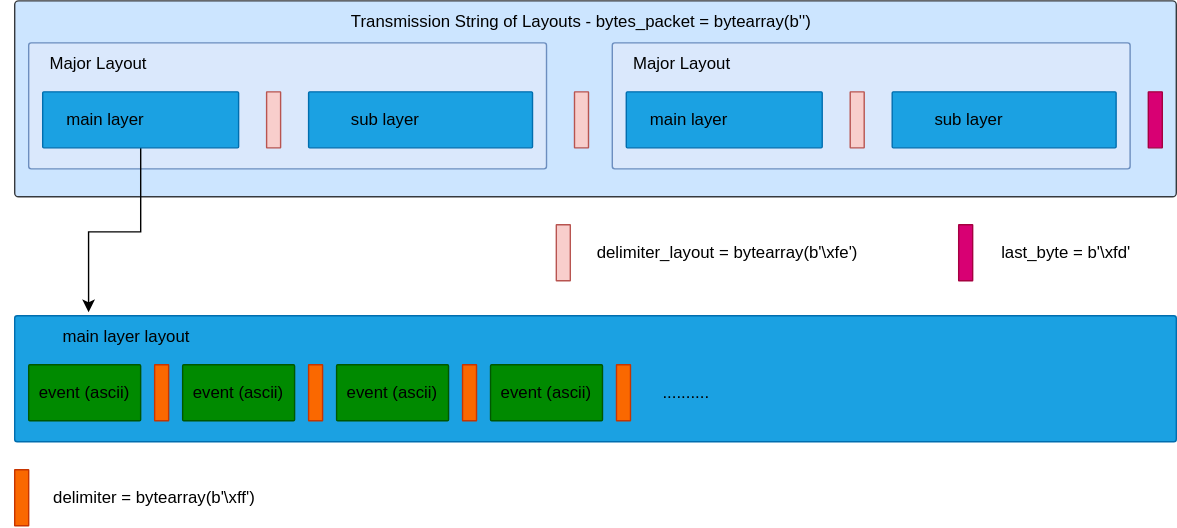
This is readme/layout-transmition.svg from LYNXware/LYNXapp__version_3, a draw.io export, as it was before one commit. Source tidied: cells renumbered, new cells last; positions are measured from the earlier drawing's top-left corner, leaving out a move shared by most shapes.
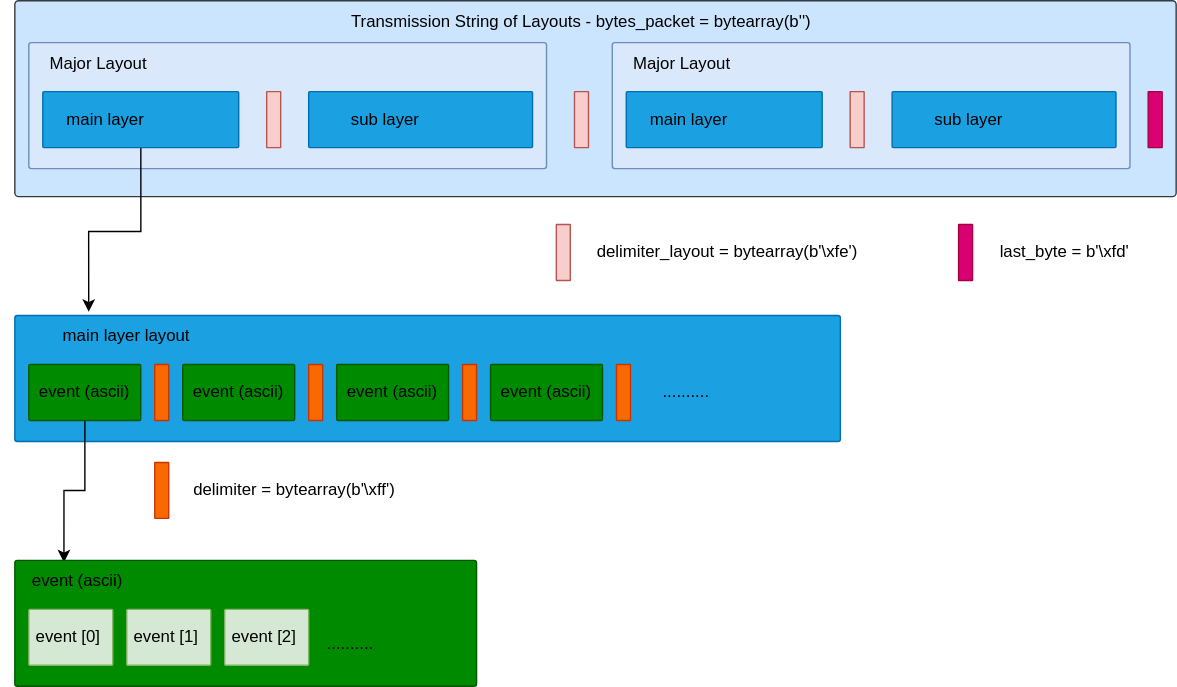
The same file after the commit.

What changed in the source:
```diff
@@ -63,8 +63,11 @@
       <mxGeometry x="410" y="65" width="10" height="40" as="geometry" />
     </mxCell>
     <mxCell id="22" style="rounded=1;whiteSpace=wrap;html=1;arcSize=2;fillColor=#1ba1e2;strokeColor=#006EAF;fontColor=#ffffff;" parent="1" vertex="1">
-      <mxGeometry x="10" y="225" width="830" height="90" as="geometry" />
+      <mxGeometry x="10" y="225" width="590" height="90" as="geometry" />
     </mxCell>
+    <mxCell id="42" style="edgeStyle=orthogonalEdgeStyle;rounded=0;jettySize=auto;html=1;entryX=0.39;entryY=0.048;entryDx=0;entryDy=0;entryPerimeter=0;" parent="1" edge="1" source="23" target="45">
+      <mxGeometry relative="1" as="geometry" />
+    </mxCell>
     <mxCell id="23" style="rounded=1;whiteSpace=wrap;html=1;arcSize=2;fillColor=#008a00;fontColor=#ffffff;strokeColor=#005700;" parent="1" vertex="1">
       <mxGeometry x="20" y="260" width="80" height="40" as="geometry" />
     </mxCell>
@@ -78,10 +81,10 @@
       <mxGeometry x="110" y="260" width="10" height="40" as="geometry" />
     </mxCell>
     <mxCell id="27" style="rounded=1;whiteSpace=wrap;html=1;arcSize=2;fillColor=#fa6800;strokeColor=#C73500;fontColor=#000000;" parent="1" vertex="1">
-      <mxGeometry x="10" y="335" width="10" height="40" as="geometry" />
+      <mxGeometry x="110" y="330" width="10" height="40" as="geometry" />
     </mxCell>
     <mxCell id="28" value="delimiter = bytearray(b'\xff')" style="text;html=1;strokeColor=none;fillColor=none;align=center;verticalAlign=middle;whiteSpace=wrap;rounded=0;" parent="1" vertex="1">
-      <mxGeometry x="20" y="340" width="180" height="30" as="geometry" />
+      <mxGeometry x="120" y="335" width="180" height="30" as="geometry" />
     </mxCell>
     <mxCell id="29" style="rounded=1;whiteSpace=wrap;html=1;arcSize=2;fillColor=#008a00;fontColor=#ffffff;strokeColor=#005700;" parent="1" vertex="1">
       <mxGeometry x="130" y="260" width="80" height="40" as="geometry" />
@@ -122,5 +125,32 @@
     <mxCell id="41" value="last_byte = b'\xfd'" style="text;html=1;strokeColor=none;fillColor=none;align=center;verticalAlign=middle;whiteSpace=wrap;rounded=0;" parent="1" vertex="1">
       <mxGeometry x="694.5" y="165" width="132.5" height="30" as="geometry" />
     </mxCell>
+    <mxCell id="43" style="rounded=1;whiteSpace=wrap;html=1;arcSize=2;fillColor=#008a00;strokeColor=#005700;fontColor=#ffffff;" parent="1" vertex="1">
+      <mxGeometry x="10" y="400" width="330" height="90" as="geometry" />
+    </mxCell>
+    <mxCell id="44" style="rounded=1;whiteSpace=wrap;html=1;arcSize=2;fillColor=#d5e8d4;strokeColor=#82b366;" parent="1" vertex="1">
+      <mxGeometry x="20" y="435" width="60" height="40" as="geometry" />
+    </mxCell>
+    <mxCell id="45" value="event (ascii)" style="text;html=1;strokeColor=none;fillColor=none;align=center;verticalAlign=middle;whiteSpace=wrap;rounded=0;" parent="1" vertex="1">
+      <mxGeometry x="10" y="400" width="90" height="30" as="geometry" />
+    </mxCell>
+    <mxCell id="46" value="event [0]&amp;nbsp;" style="text;html=1;strokeColor=none;fillColor=none;align=center;verticalAlign=middle;whiteSpace=wrap;rounded=0;" parent="1" vertex="1">
+      <mxGeometry x="20" y="440" width="60" height="30" as="geometry" />
+    </mxCell>
+    <mxCell id="47" value=".........." style="text;html=1;strokeColor=none;fillColor=none;align=center;verticalAlign=middle;whiteSpace=wrap;rounded=0;" parent="1" vertex="1">
+      <mxGeometry x="210" y="440" width="80" height="40" as="geometry" />
+    </mxCell>
+    <mxCell id="48" style="rounded=1;whiteSpace=wrap;html=1;arcSize=2;fillColor=#d5e8d4;strokeColor=#82b366;" parent="1" vertex="1">
+      <mxGeometry x="90" y="435" width="60" height="40" as="geometry" />
+    </mxCell>
+    <mxCell id="49" value="event [1]&amp;nbsp;" style="text;html=1;strokeColor=none;fillColor=none;align=center;verticalAlign=middle;whiteSpace=wrap;rounded=0;" parent="1" vertex="1">
+      <mxGeometry x="90" y="440" width="60" height="30" as="geometry" />
+    </mxCell>
+    <mxCell id="50" style="rounded=1;whiteSpace=wrap;html=1;arcSize=2;fillColor=#d5e8d4;strokeColor=#82b366;" parent="1" vertex="1">
+      <mxGeometry x="160" y="435" width="60" height="40" as="geometry" />
+    </mxCell>
+    <mxCell id="51" value="event [2]&amp;nbsp;" style="text;html=1;strokeColor=none;fillColor=none;align=center;verticalAlign=middle;whiteSpace=wrap;rounded=0;" parent="1" vertex="1">
+      <mxGeometry x="160" y="440" width="60" height="30" as="geometry" />
+    </mxCell>
   </root>
 </mxGraphModel>
```
